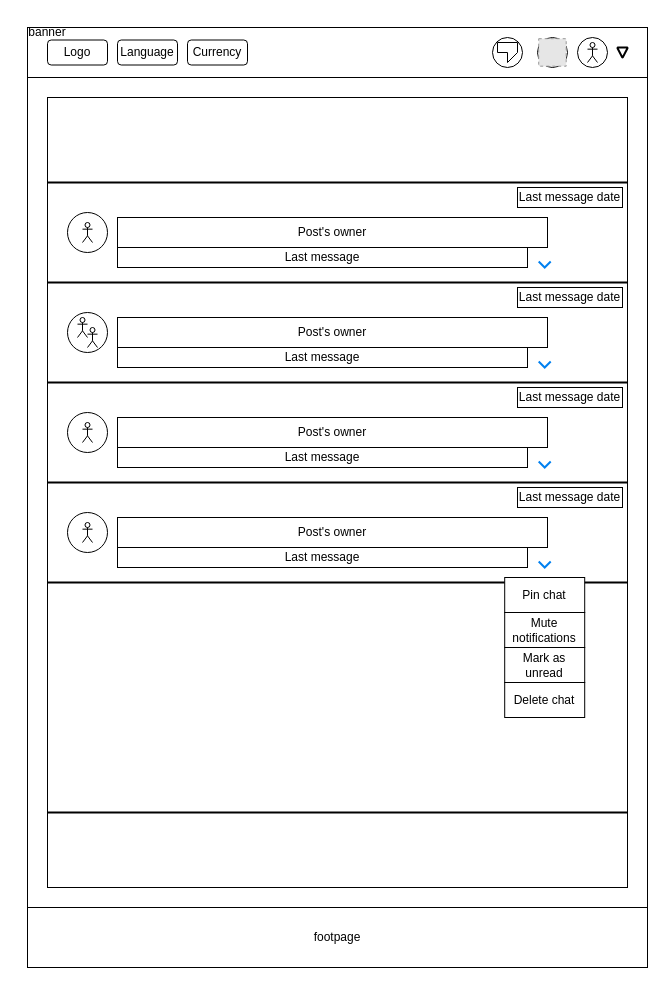
Above: CroquisWeb/DrawIO/Chats (Phone POV).drawio in sofwarebakery/CroquisWeb (draw.io), before the change. Source tidied: cells renumbered, new cells numbered last; positions are measured from the earlier drawing's top-left corner, leaving out a move shared by most shapes. Both pictures are drawn from the tidied source at 100%, with x=0, y=0 at pixel (17, 17). Pictures stored in the file or linked from it are replaced by grey dashed boxes.
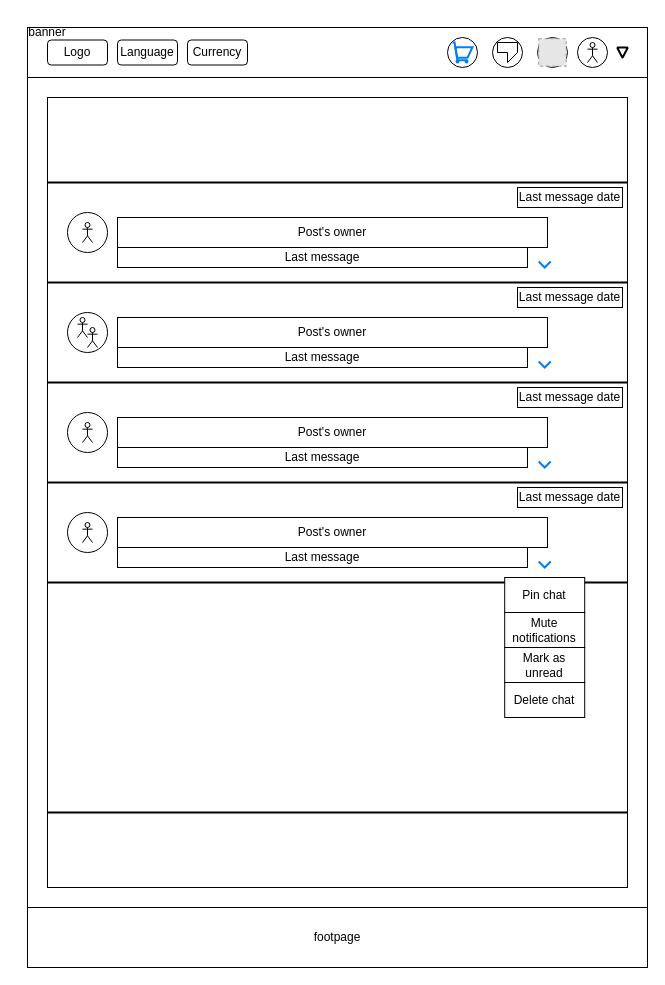
Above is the later version.

Change to the diagram source:
```diff
@@
+    <mxCell id="53" style="ellipse;whiteSpace=wrap;html=1;" parent="1" vertex="1">
+      <mxGeometry x="430" y="20" width="30" height="30" as="geometry" />
+    </mxCell>
+    <mxCell id="54" style="html=1;verticalLabelPosition=bottom;align=center;labelBackgroundColor=#ffffff;verticalAlign=top;strokeWidth=2;strokeColor=#0080F0;shadow=0;dashed=0;shape=mxgraph.ios7.icons.shopping_cart;" parent="1" vertex="1">
+      <mxGeometry x="435" y="25" width="20" height="20" as="geometry" />
+    </mxCell>
```
